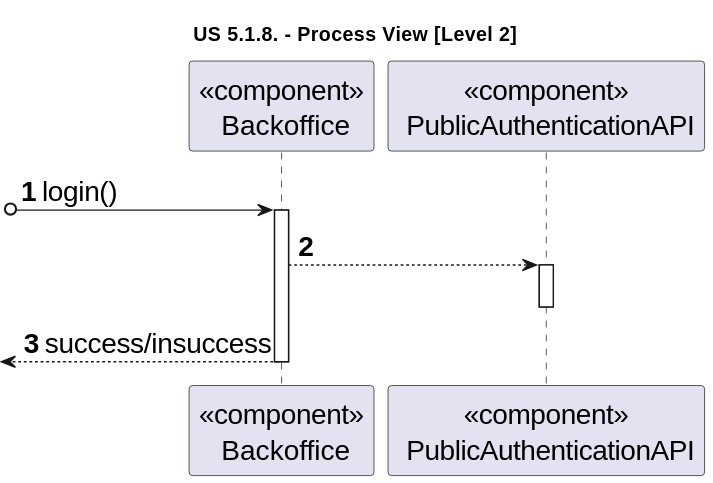
rita-barbosa/LAPR5-2425 keeps this PlantUML diagram as docs/sprint-1/us-5.1.7/diagrams/level-2-process-view.svg. Above is the earlier version. Its diagram source:
```plantuml
@startuml
skinparamlocked defaultFontSize 20

title "US 5.1.8. - Process View [Level 2]"

autonumber

participant "<<component>>\n Backoffice" as bo
participant "<<component>>\n PublicAuthenticationAPI" as paa

[o-> bo: login()
activate bo

bo --> paa:
activate paa
deactivate paa

<-- bo: success/insuccess
deactivate bo
@enduml
```
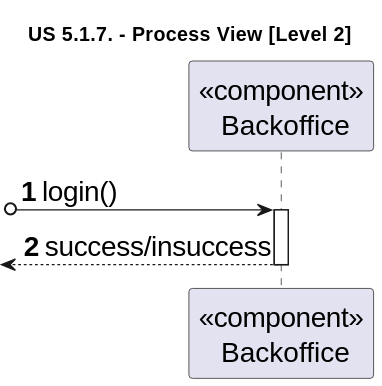
Later version of the same file.

Commit message:
DG38-16 | docs: updates process view diagrams.

Change to the diagram source:
```diff
@@ -1,20 +1,15 @@
 @startuml
 skinparamlocked defaultFontSize 20
 
-title "US 5.1.8. - Process View [Level 2]"
+title "US 5.1.7. - Process View [Level 2]"
 
 autonumber
 
 participant "<<component>>\n Backoffice" as bo
-participant "<<component>>\n PublicAuthenticationAPI" as paa
 
 [o-> bo: login()
 activate bo
 
-bo --> paa:
-activate paa
-deactivate paa
-
 <-- bo: success/insuccess
 deactivate bo
 @enduml
```
